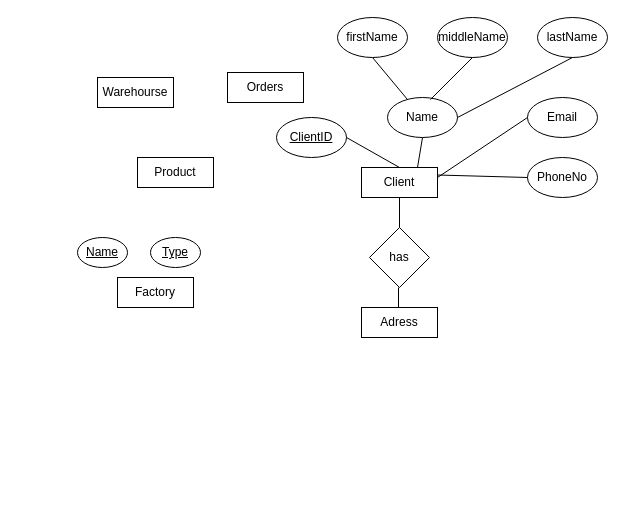
Above: Untitled Diagram.drawio in xichun1021/xichun1021 (draw.io), before the change. Source tidied: cells renumbered, new cells numbered last; positions are measured from the earlier drawing's top-left corner, leaving out a move shared by most shapes. Both pictures are drawn from the tidied source at 100%, with x=0, y=0 at pixel (77, 17).
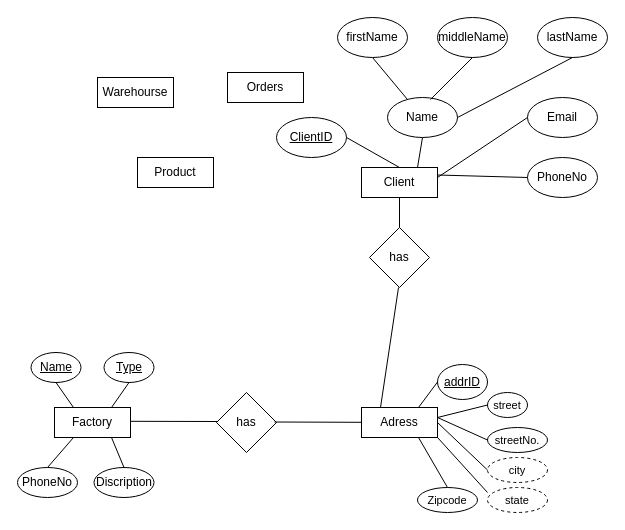
Above is the later version.

Change to the diagram source:
```diff
@@
     <mxCell id="13" value="Adress" style="rounded=0;whiteSpace=wrap;html=1;" parent="1" vertex="1">
-      <mxGeometry x="284" y="290" width="76" height="30" as="geometry" />
+      <mxGeometry x="284" y="390" width="76" height="30" as="geometry" />
     </mxCell>
     <mxCell id="14" value="Factory" style="rounded=0;whiteSpace=wrap;html=1;" parent="1" vertex="1">
-      <mxGeometry x="40" y="260" width="76" height="30" as="geometry" />
+      <mxGeometry x="-23" y="390" width="76" height="30" as="geometry" />
     </mxCell>
@@
-    <mxCell id="20" style="endArrow=none;html=1;rounded=0;exitX=0.5;exitY=0;exitDx=0;exitDy=0;" parent="1" edge="1">
+    <mxCell id="20" style="endArrow=none;html=1;rounded=0;exitX=0.25;exitY=0;exitDx=0;exitDy=0;" parent="1" edge="1" source="13">
       <mxGeometry relative="1" as="geometry">
-        <mxPoint x="321" y="290" as="sourcePoint" />
         <mxPoint x="321" y="270" as="targetPoint" />
       </mxGeometry>
     </mxCell>
@@
     <mxCell id="25" value="&lt;u&gt;Name&lt;/u&gt;" style="ellipse;whiteSpace=wrap;html=1;" parent="1" vertex="1">
-      <mxGeometry y="220" width="50" height="30" as="geometry" />
+      <mxGeometry x="-46.5" y="335" width="50" height="30" as="geometry" />
     </mxCell>
     <mxCell id="26" value="&lt;u&gt;Type&lt;/u&gt;" style="ellipse;whiteSpace=wrap;html=1;" parent="1" vertex="1">
-      <mxGeometry x="73" y="220" width="50" height="30" as="geometry" />
+      <mxGeometry x="26.5" y="335" width="50" height="30" as="geometry" />
     </mxCell>
+    <mxCell id="27" value="has" style="rhombus;whiteSpace=wrap;html=1;" parent="1" vertex="1">
+      <mxGeometry x="139" y="375" width="60" height="60" as="geometry" />
+    </mxCell>
+    <mxCell id="28" style="endArrow=none;html=1;rounded=0;exitX=1;exitY=0.25;exitDx=0;exitDy=0;" parent="1" edge="1">
+      <mxGeometry relative="1" as="geometry">
+        <mxPoint x="53" y="403.8" as="sourcePoint" />
+        <mxPoint x="140" y="404" as="targetPoint" />
+      </mxGeometry>
+    </mxCell>
+    <mxCell id="29" style="endArrow=none;html=1;rounded=0;exitX=1;exitY=0.25;exitDx=0;exitDy=0;" parent="1" edge="1">
+      <mxGeometry relative="1" as="geometry">
+        <mxPoint x="197" y="404.5" as="sourcePoint" />
+        <mxPoint x="284" y="404.8" as="targetPoint" />
+      </mxGeometry>
+    </mxCell>
+    <mxCell id="30" style="endArrow=none;html=1;rounded=0;exitX=0.75;exitY=0;exitDx=0;exitDy=0;entryX=0.5;entryY=1;entryDx=0;entryDy=0;" parent="1" edge="1" source="14" target="26">
+      <mxGeometry relative="1" as="geometry" />
+    </mxCell>
+    <mxCell id="31" style="endArrow=none;html=1;rounded=0;exitX=0.25;exitY=0;exitDx=0;exitDy=0;entryX=0.5;entryY=1;entryDx=0;entryDy=0;" parent="1" edge="1" source="14" target="25">
+      <mxGeometry relative="1" as="geometry" />
+    </mxCell>
+    <mxCell id="32" value="PhoneNo" style="ellipse;whiteSpace=wrap;html=1;" parent="1" vertex="1">
+      <mxGeometry x="-60" y="450" width="60" height="30" as="geometry" />
+    </mxCell>
+    <mxCell id="33" value="Discription" style="ellipse;whiteSpace=wrap;html=1;" parent="1" vertex="1">
+      <mxGeometry x="16.5" y="450" width="60" height="30" as="geometry" />
+    </mxCell>
+    <mxCell id="34" style="endArrow=none;html=1;rounded=0;exitX=0.5;exitY=0;exitDx=0;exitDy=0;entryX=0.25;entryY=1;entryDx=0;entryDy=0;" parent="1" edge="1" source="32" target="14">
+      <mxGeometry relative="1" as="geometry" />
+    </mxCell>
+    <mxCell id="35" style="endArrow=none;html=1;rounded=0;exitX=0.75;exitY=1;exitDx=0;exitDy=0;entryX=0.5;entryY=0;entryDx=0;entryDy=0;" parent="1" edge="1" source="14" target="33">
+      <mxGeometry relative="1" as="geometry" />
+    </mxCell>
+    <mxCell id="36" value="&lt;u&gt;addrID&lt;/u&gt;" style="ellipse;whiteSpace=wrap;html=1;" parent="1" vertex="1">
+      <mxGeometry x="360" y="347" width="50" height="35" as="geometry" />
+    </mxCell>
+    <mxCell id="37" style="endArrow=none;html=1;rounded=0;exitX=0.75;exitY=0;exitDx=0;exitDy=0;entryX=0;entryY=0.5;entryDx=0;entryDy=0;" parent="1" edge="1" source="13" target="36">
+      <mxGeometry relative="1" as="geometry" />
+    </mxCell>
+    <mxCell id="38" value="&lt;font style=&quot;font-size: 11px;&quot;&gt;street&lt;/font&gt;" style="ellipse;whiteSpace=wrap;html=1;fontSize=9;" parent="1" vertex="1">
+      <mxGeometry x="410" y="375" width="40" height="25" as="geometry" />
+    </mxCell>
+    <mxCell id="39" value="&lt;font style=&quot;font-size: 11px;&quot;&gt;streetNo.&lt;/font&gt;" style="ellipse;whiteSpace=wrap;html=1;fontSize=9;" parent="1" vertex="1">
+      <mxGeometry x="410" y="410" width="60" height="25" as="geometry" />
+    </mxCell>
+    <mxCell id="40" value="&lt;font style=&quot;font-size: 11px;&quot;&gt;city&lt;/font&gt;" style="ellipse;whiteSpace=wrap;html=1;fontSize=9;dashed=1;" parent="1" vertex="1">
+      <mxGeometry x="410" y="440" width="60" height="25" as="geometry" />
+    </mxCell>
+    <mxCell id="41" value="&lt;font style=&quot;font-size: 11px;&quot;&gt;state&lt;/font&gt;" style="ellipse;whiteSpace=wrap;html=1;fontSize=9;dashed=1;" parent="1" vertex="1">
+      <mxGeometry x="410" y="470" width="60" height="25" as="geometry" />
+    </mxCell>
+    <mxCell id="42" style="endArrow=none;html=1;rounded=0;entryX=0;entryY=0.5;entryDx=0;entryDy=0;" parent="1" edge="1" target="38">
+      <mxGeometry relative="1" as="geometry">
+        <mxPoint x="360" y="400" as="sourcePoint" />
+      </mxGeometry>
+    </mxCell>
+    <mxCell id="43" style="endArrow=none;html=1;rounded=0;entryX=0;entryY=0.5;entryDx=0;entryDy=0;" parent="1" edge="1" target="39">
+      <mxGeometry relative="1" as="geometry">
+        <mxPoint x="360" y="400" as="sourcePoint" />
+      </mxGeometry>
+    </mxCell>
+    <mxCell id="44" style="endArrow=none;html=1;rounded=0;entryX=0;entryY=0.5;entryDx=0;entryDy=0;exitX=1;exitY=0.5;exitDx=0;exitDy=0;" parent="1" edge="1" source="13" target="40">
+      <mxGeometry relative="1" as="geometry" />
+    </mxCell>
+    <mxCell id="45" style="endArrow=none;html=1;rounded=0;entryX=0;entryY=0.2;entryDx=0;entryDy=0;exitX=1;exitY=1;exitDx=0;exitDy=0;entryPerimeter=0;" parent="1" edge="1" source="13" target="41">
+      <mxGeometry relative="1" as="geometry" />
+    </mxCell>
+    <mxCell id="46" value="&lt;font style=&quot;font-size: 11px;&quot;&gt;Zipcode&lt;/font&gt;" style="ellipse;whiteSpace=wrap;html=1;fontSize=9;" parent="1" vertex="1">
+      <mxGeometry x="340" y="470" width="60" height="25" as="geometry" />
+    </mxCell>
+    <mxCell id="47" style="endArrow=none;html=1;rounded=0;entryX=0.5;entryY=0;entryDx=0;entryDy=0;exitX=0.75;exitY=1;exitDx=0;exitDy=0;" parent="1" edge="1" source="13" target="46">
+      <mxGeometry relative="1" as="geometry" />
+    </mxCell>
```
